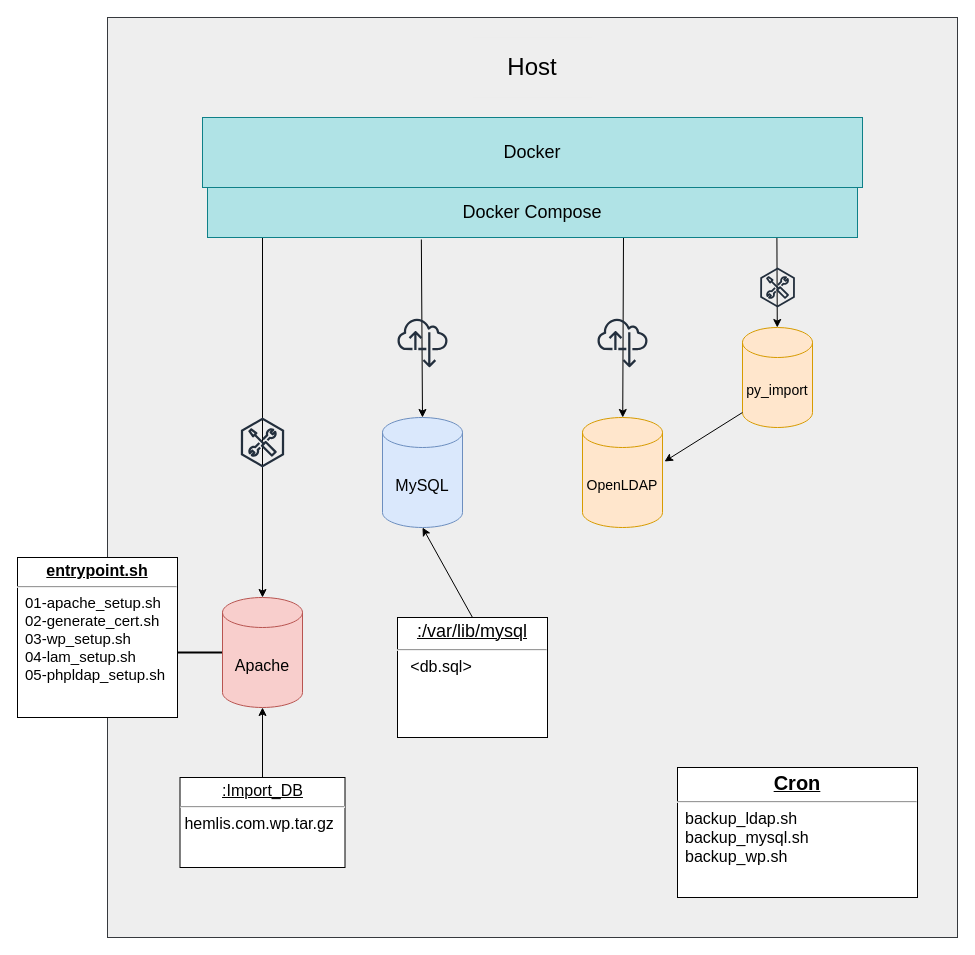
Earlier version of the draw.io diagram Flowcharts/service flowchart.drawio (mrmysko/Linux2-Grubbarbete). Source tidied: cells renumbered, new cells numbered last; positions are measured from the earlier drawing's top-left corner, leaving out a move shared by most shapes. Both pictures are drawn from the tidied source at 100%, with x=0, y=0 at pixel (17, 17).
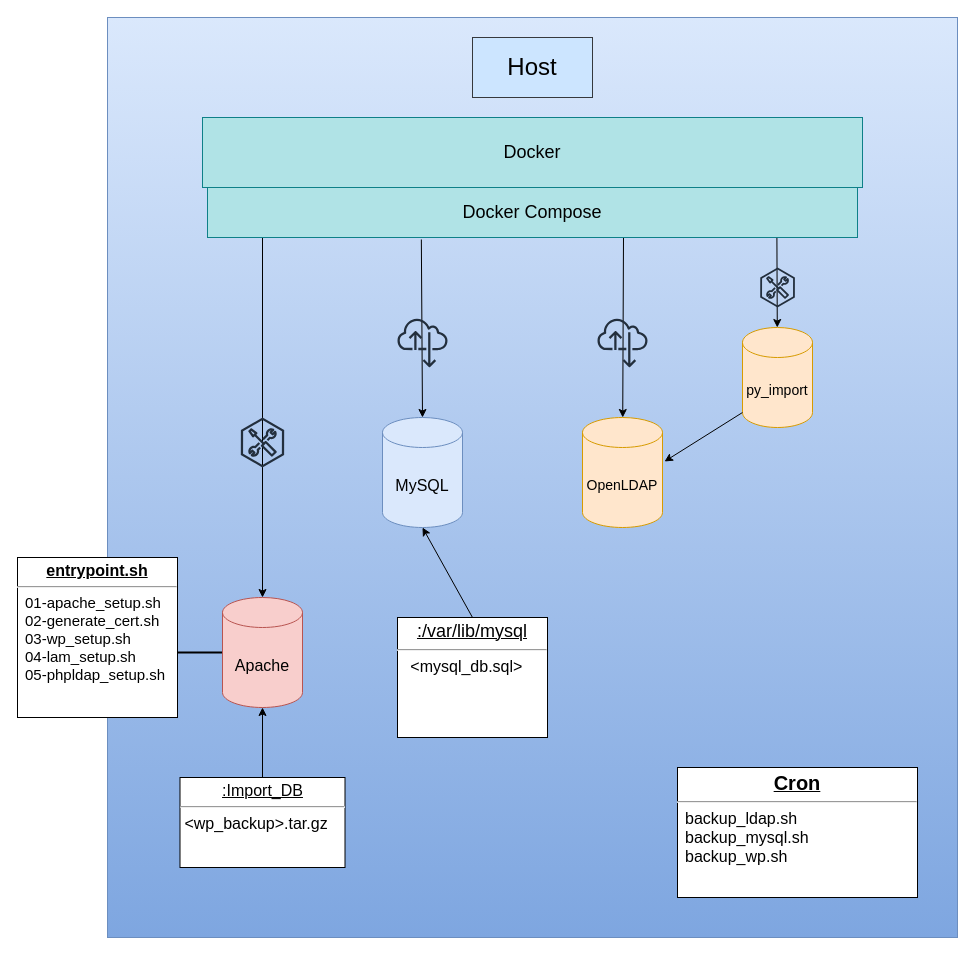
The same page after the edit.

The edit, as a diff of the source:
```diff
@@
-    <mxCell id="2" style="rounded=0;whiteSpace=wrap;html=1;fillColor=#eeeeee;strokeColor=#36393d;" parent="1" vertex="1">
+    <mxCell id="2" style="rounded=0;whiteSpace=wrap;html=1;fillColor=#dae8fc;strokeColor=#6c8ebf;gradientColor=#7ea6e0;" parent="1" vertex="1">
       <mxGeometry x="90" width="850" height="920" as="geometry" />
     </mxCell>
@@
-    <mxCell id="18" value="&lt;font style=&quot;font-size: 24px;&quot;&gt;Host&lt;/font&gt;" style="rounded=0;whiteSpace=wrap;html=1;fillColor=#eeeeee;strokeColor=none;" parent="1" vertex="1">
+    <mxCell id="18" value="&lt;font style=&quot;font-size: 24px;&quot;&gt;Host&lt;/font&gt;" style="rounded=0;whiteSpace=wrap;html=1;fillColor=#cce5ff;strokeColor=#36393d;" parent="1" vertex="1">
       <mxGeometry x="455" y="20" width="120" height="60" as="geometry" />
     </mxCell>
@@
-    <mxCell id="20" value="&lt;p style=&quot;margin:0px;margin-top:4px;text-align:center;text-decoration:underline;&quot;&gt;&lt;span style=&quot;background-color: initial;&quot;&gt;&lt;font style=&quot;font-size: 18px;&quot;&gt;:/var/lib/mysql&lt;/font&gt;&lt;/span&gt;&lt;br&gt;&lt;/p&gt;&lt;hr&gt;&lt;div&gt;&lt;font style=&quot;font-size: 16px;&quot;&gt;&amp;nbsp;&amp;nbsp; &amp;lt;db.sql&amp;gt;&lt;/font&gt;&lt;br&gt;&lt;/div&gt;" style="verticalAlign=top;align=left;overflow=fill;fontSize=12;fontFamily=Helvetica;html=1;whiteSpace=wrap;" parent="1" vertex="1">
+    <mxCell id="20" value="&lt;p style=&quot;margin:0px;margin-top:4px;text-align:center;text-decoration:underline;&quot;&gt;&lt;span style=&quot;background-color: initial;&quot;&gt;&lt;font style=&quot;font-size: 18px;&quot;&gt;:/var/lib/mysql&lt;/font&gt;&lt;/span&gt;&lt;br&gt;&lt;/p&gt;&lt;hr&gt;&lt;div&gt;&lt;font style=&quot;font-size: 16px;&quot;&gt;&amp;nbsp;&amp;nbsp; &amp;lt;mysql_db.sql&amp;gt;&lt;/font&gt;&lt;br&gt;&lt;/div&gt;" style="verticalAlign=top;align=left;overflow=fill;fontSize=12;fontFamily=Helvetica;html=1;whiteSpace=wrap;" parent="1" vertex="1">
       <mxGeometry x="380" y="600" width="150" height="120" as="geometry" />
     </mxCell>
@@
-    <mxCell id="23" value="&lt;p style=&quot;margin:0px;margin-top:4px;text-align:center;text-decoration:underline;&quot;&gt;&lt;span style=&quot;background-color: initial;&quot;&gt;&lt;font style=&quot;font-size: 16px;&quot;&gt;:Import_DB&lt;/font&gt;&lt;/span&gt;&lt;br&gt;&lt;/p&gt;&lt;hr&gt;&lt;div&gt;&lt;font style=&quot;font-size: 16px;&quot;&gt;&amp;nbsp;hemlis.com.wp.tar.gz&lt;/font&gt;&lt;/div&gt;" style="verticalAlign=top;align=left;overflow=fill;fontSize=12;fontFamily=Helvetica;html=1;whiteSpace=wrap;" parent="1" vertex="1">
+    <mxCell id="23" value="&lt;p style=&quot;margin:0px;margin-top:4px;text-align:center;text-decoration:underline;&quot;&gt;&lt;span style=&quot;background-color: initial;&quot;&gt;&lt;font style=&quot;font-size: 16px;&quot;&gt;:Import_DB&lt;/font&gt;&lt;/span&gt;&lt;br&gt;&lt;/p&gt;&lt;hr&gt;&lt;div&gt;&lt;font style=&quot;font-size: 16px;&quot;&gt;&amp;nbsp;&amp;lt;wp_backup&amp;gt;.tar.gz&lt;br&gt;&lt;/font&gt;&lt;/div&gt;" style="verticalAlign=top;align=left;overflow=fill;fontSize=12;fontFamily=Helvetica;html=1;whiteSpace=wrap;" parent="1" vertex="1">
       <mxGeometry x="162.5" y="760" width="165" height="90" as="geometry" />
     </mxCell>
```
